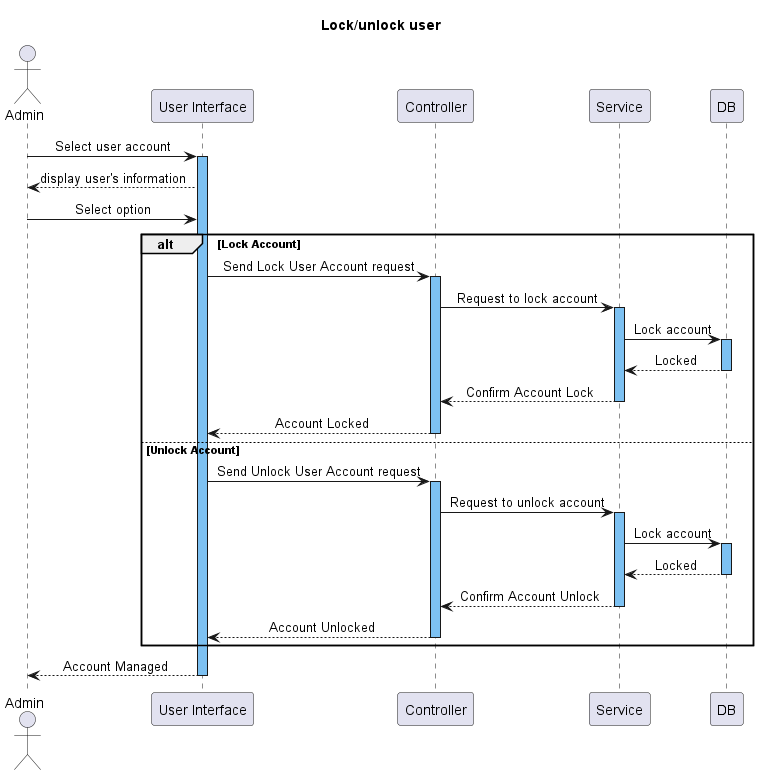
Earlier version of the PlantUML export Lab1/Lab 1.2/Sequence Diagrams/Admin/Lock_unlock_user.png (nguyentanhueqn123/SE357.O12.PMCL.1). Source of this version:
```plantuml
@startuml
title Lock/unlock user
skinparam SequenceMessageAlignment center
!$b = "#7DC1F2"

actor Admin
participant "User Interface" as UI
participant Controller
participant  Service
participant DB


Admin -> UI: Select user account
activate UI $b
UI --> Admin: display user's information
Admin -> UI: Select option


alt Lock Account
  UI -> Controller: Send Lock User Account request
  activate Controller $b
  Controller -> Service: Request to lock account
  activate Service $b
  Service -> DB: Lock account
  activate DB $b
  DB --> Service: Locked
  deactivate DB





  Service --> Controller: Confirm Account Lock
  deactivate Service
  Controller --> UI: Account Locked
  deactivate Controller
else Unlock Account
  UI -> Controller: Send Unlock User Account request
  activate Controller $b
  Controller -> Service: Request to unlock account
  activate Service $b
    Service -> DB: Lock account
    activate DB $b
    DB --> Service: Locked
    deactivate DB
  Service --> Controller: Confirm Account Unlock
  deactivate Service
  Controller --> UI: Account Unlocked
  deactivate Controller
end

UI --> Admin: Account Managed
deactivate UI
@enduml
```
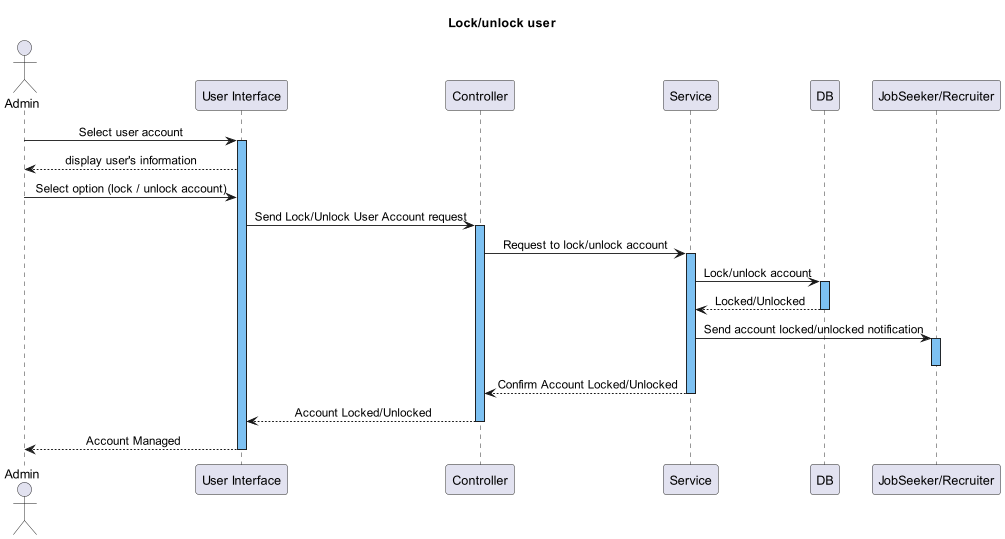
The same diagram one commit later.

Commit message:
Update Lock_unlock_user.png (Sequence Diagram)

The edit, as a diff of the source:
```diff
@@ -13,41 +13,23 @@
 Admin -> UI: Select user account
 activate UI $b
 UI --> Admin: display user's information
-Admin -> UI: Select option
+Admin -> UI: Select option (lock / unlock account)
+UI -> Controller: Send Lock/Unlock User Account request
+activate Controller $b
+Controller -> Service: Request to lock/unlock account
+activate Service $b
+Service -> DB: Lock/unlock account
+activate DB $b
+DB --> Service: Locked/Unlocked
+deactivate DB
+Service -> "JobSeeker/Recruiter" : Send account locked/unlocked notification
+activate "JobSeeker/Recruiter" $b
+deactivate "JobSeeker/Recruiter"
+Service --> Controller: Confirm Account Locked/Unlocked
 
-
-alt Lock Account
-  UI -> Controller: Send Lock User Account request
-  activate Controller $b
-  Controller -> Service: Request to lock account
-  activate Service $b
-  Service -> DB: Lock account
-  activate DB $b
-  DB --> Service: Locked
-  deactivate DB
-
-
-
-
-
-  Service --> Controller: Confirm Account Lock
-  deactivate Service
-  Controller --> UI: Account Locked
-  deactivate Controller
-else Unlock Account
-  UI -> Controller: Send Unlock User Account request
-  activate Controller $b
-  Controller -> Service: Request to unlock account
-  activate Service $b
-    Service -> DB: Lock account
-    activate DB $b
-    DB --> Service: Locked
-    deactivate DB
-  Service --> Controller: Confirm Account Unlock
-  deactivate Service
-  Controller --> UI: Account Unlocked
-  deactivate Controller
-end
+deactivate Service
+Controller --> UI: Account Locked/Unlocked
+deactivate Controller
 
 UI --> Admin: Account Managed
 deactivate UI
```
